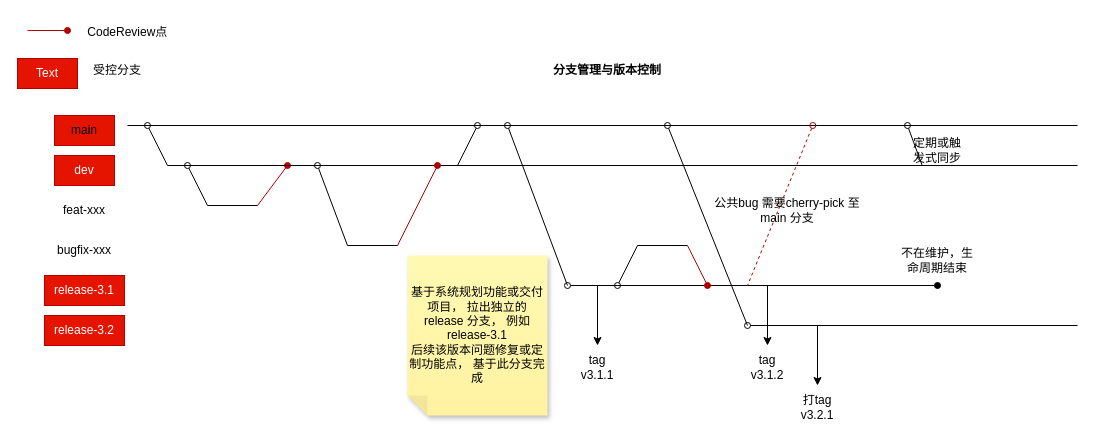
Earlier version of the draw.io diagram 分支管理与版本控制.drawio (kingstone95/diagrams). Source tidied: cells renumbered, new cells numbered last; positions are measured from the earlier drawing's top-left corner, leaving out a move shared by most shapes. Both pictures are drawn from the tidied source at 100%, with x=0, y=0 at pixel (17, 17).
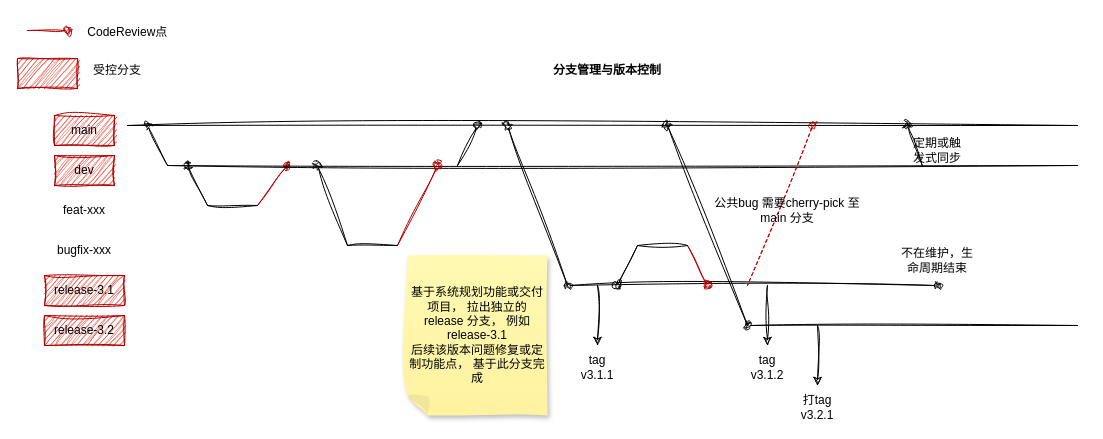
After the change.

Commit message:
更新分支管理与版本控制.drawio

What changed in the source:
```diff
@@
-<mxGraphModel background="#ffffff">
+<mxGraphModel>
@@
-    <mxCell id="2" value="&lt;font color=&quot;#000000&quot;&gt;main&lt;/font&gt;" style="text;strokeColor=#B20000;align=center;fillColor=#e51400;html=1;verticalAlign=middle;whiteSpace=wrap;rounded=0;fontColor=#ffffff;" parent="1" vertex="1">
+    <mxCell id="2" value="&lt;font color=&quot;#000000&quot;&gt;main&lt;/font&gt;" style="text;strokeColor=#B20000;align=center;fillColor=#e51400;html=1;verticalAlign=middle;whiteSpace=wrap;rounded=0;fontColor=#ffffff;sketch=1;curveFitting=1;jiggle=2;" parent="1" vertex="1">
       <mxGeometry x="37" y="98" width="60" height="30" as="geometry" />
     </mxCell>
-    <mxCell id="3" value="dev" style="text;strokeColor=#B20000;align=center;fillColor=#e51400;html=1;verticalAlign=middle;whiteSpace=wrap;rounded=0;fontColor=#ffffff;" parent="1" vertex="1">
+    <mxCell id="3" value="&lt;font color=&quot;#000000&quot;&gt;dev&lt;/font&gt;" style="text;strokeColor=#B20000;align=center;fillColor=#e51400;html=1;verticalAlign=middle;whiteSpace=wrap;rounded=0;fontColor=#ffffff;sketch=1;curveFitting=1;jiggle=2;" parent="1" vertex="1">
       <mxGeometry x="37" y="138" width="60" height="30" as="geometry" />
     </mxCell>
-    <mxCell id="4" value="feat-xxx" style="text;strokeColor=none;align=center;fillColor=none;html=1;verticalAlign=middle;whiteSpace=wrap;rounded=0;" parent="1" vertex="1">
+    <mxCell id="4" value="feat-xxx" style="text;strokeColor=none;align=center;fillColor=none;html=1;verticalAlign=middle;whiteSpace=wrap;rounded=0;sketch=1;curveFitting=1;jiggle=2;" parent="1" vertex="1">
       <mxGeometry x="37" y="178" width="60" height="30" as="geometry" />
     </mxCell>
-    <mxCell id="5" value="bugfix-xxx" style="text;strokeColor=none;align=center;fillColor=none;html=1;verticalAlign=middle;whiteSpace=wrap;rounded=0;" parent="1" vertex="1">
+    <mxCell id="5" value="bugfix-xxx" style="text;strokeColor=none;align=center;fillColor=none;html=1;verticalAlign=middle;whiteSpace=wrap;rounded=0;sketch=1;curveFitting=1;jiggle=2;" parent="1" vertex="1">
       <mxGeometry x="37" y="218" width="60" height="30" as="geometry" />
     </mxCell>
-    <mxCell id="6" value="release-3.1" style="text;strokeColor=#B20000;align=center;fillColor=#e51400;html=1;verticalAlign=middle;whiteSpace=wrap;rounded=0;fontColor=#ffffff;" parent="1" vertex="1">
+    <mxCell id="6" value="&lt;font color=&quot;#000000&quot;&gt;release-3.1&lt;/font&gt;" style="text;strokeColor=#B20000;align=center;fillColor=#e51400;html=1;verticalAlign=middle;whiteSpace=wrap;rounded=0;fontColor=#ffffff;sketch=1;curveFitting=1;jiggle=2;" parent="1" vertex="1">
       <mxGeometry x="27" y="258" width="80" height="30" as="geometry" />
     </mxCell>
-    <mxCell id="7" style="edgeStyle=none;orthogonalLoop=1;jettySize=auto;html=1;rounded=0;endArrow=none;endFill=0;startArrow=oval;startFill=0;" parent="1" edge="1">
+    <mxCell id="7" style="edgeStyle=none;orthogonalLoop=1;jettySize=auto;html=1;rounded=0;endArrow=none;endFill=0;startArrow=oval;startFill=0;sketch=1;curveFitting=1;jiggle=2;" parent="1" edge="1">
       <mxGeometry relative="1" as="geometry">
         <mxPoint x="130" y="108" as="sourcePoint" />
         <mxPoint x="150" y="148" as="targetPoint" />
       </mxGeometry>
     </mxCell>
-    <mxCell id="8" style="edgeStyle=none;orthogonalLoop=1;jettySize=auto;html=1;rounded=0;endArrow=none;endFill=0;startArrow=oval;startFill=1;fillColor=#e51400;strokeColor=#B20000;" parent="1" edge="1">
+    <mxCell id="8" style="edgeStyle=none;orthogonalLoop=1;jettySize=auto;html=1;rounded=0;endArrow=none;endFill=0;startArrow=oval;startFill=1;fillColor=#e51400;strokeColor=#B20000;sketch=1;curveFitting=1;jiggle=2;" parent="1" edge="1">
       <mxGeometry relative="1" as="geometry">
         <mxPoint x="270" y="148" as="sourcePoint" />
         <mxPoint x="240" y="188" as="targetPoint" />
       </mxGeometry>
     </mxCell>
-    <mxCell id="9" style="endArrow=none;html=1;rounded=0;" parent="1" edge="1">
+    <mxCell id="9" style="endArrow=none;html=1;rounded=0;sketch=1;curveFitting=1;jiggle=2;" parent="1" edge="1">
       <mxGeometry relative="1" as="geometry">
         <mxPoint x="110" y="108" as="sourcePoint" />
         <mxPoint x="1060" y="108" as="targetPoint" />
       </mxGeometry>
     </mxCell>
-    <mxCell id="10" style="endArrow=none;html=1;rounded=0;" parent="1" edge="1">
+    <mxCell id="10" style="endArrow=none;html=1;rounded=0;sketch=1;curveFitting=1;jiggle=2;" parent="1" edge="1">
       <mxGeometry relative="1" as="geometry">
         <mxPoint x="150" y="148" as="sourcePoint" />
         <mxPoint x="1060" y="148" as="targetPoint" />
       </mxGeometry>
     </mxCell>
-    <mxCell id="11" style="endArrow=none;html=1;rounded=0;" parent="1" edge="1">
+    <mxCell id="11" style="endArrow=none;html=1;rounded=0;sketch=1;curveFitting=1;jiggle=2;" parent="1" edge="1">
       <mxGeometry relative="1" as="geometry">
         <mxPoint x="190" y="188" as="sourcePoint" />
         <mxPoint x="240" y="188" as="targetPoint" />
       </mxGeometry>
     </mxCell>
-    <mxCell id="12" style="edgeStyle=none;orthogonalLoop=1;jettySize=auto;html=1;rounded=0;endArrow=none;endFill=0;startArrow=oval;startFill=0;exitX=0.021;exitY=0.5;exitDx=0;exitDy=0;exitPerimeter=0;" parent="1" edge="1">
+    <mxCell id="12" style="edgeStyle=none;orthogonalLoop=1;jettySize=auto;html=1;rounded=0;endArrow=none;endFill=0;startArrow=oval;startFill=0;exitX=0.021;exitY=0.5;exitDx=0;exitDy=0;exitPerimeter=0;sketch=1;curveFitting=1;jiggle=2;" parent="1" edge="1">
       <mxGeometry relative="1" as="geometry">
         <mxPoint x="170" y="148" as="sourcePoint" />
         <mxPoint x="190" y="188" as="targetPoint" />
       </mxGeometry>
     </mxCell>
-    <mxCell id="13" style="edgeStyle=none;orthogonalLoop=1;jettySize=auto;html=1;rounded=0;endArrow=none;endFill=0;startArrow=oval;startFill=1;fillColor=#e51400;strokeColor=#B20000;" parent="1" edge="1">
+    <mxCell id="13" style="edgeStyle=none;orthogonalLoop=1;jettySize=auto;html=1;rounded=0;endArrow=none;endFill=0;startArrow=oval;startFill=1;fillColor=#e51400;strokeColor=#B20000;sketch=1;curveFitting=1;jiggle=2;" parent="1" edge="1">
       <mxGeometry relative="1" as="geometry">
         <mxPoint x="420" y="148" as="sourcePoint" />
         <mxPoint x="380" y="228" as="targetPoint" />
       </mxGeometry>
     </mxCell>
-    <mxCell id="14" style="endArrow=none;html=1;rounded=0;" parent="1" edge="1">
+    <mxCell id="14" style="endArrow=none;html=1;rounded=0;sketch=1;curveFitting=1;jiggle=2;" parent="1" edge="1">
       <mxGeometry relative="1" as="geometry">
         <mxPoint x="330" y="228" as="sourcePoint" />
         <mxPoint x="380" y="228" as="targetPoint" />
       </mxGeometry>
     </mxCell>
-    <mxCell id="15" style="edgeStyle=none;orthogonalLoop=1;jettySize=auto;html=1;rounded=0;endArrow=none;endFill=0;startArrow=oval;startFill=0;" parent="1" edge="1">
+    <mxCell id="15" style="edgeStyle=none;orthogonalLoop=1;jettySize=auto;html=1;rounded=0;endArrow=none;endFill=0;startArrow=oval;startFill=0;sketch=1;curveFitting=1;jiggle=2;" parent="1" edge="1">
       <mxGeometry relative="1" as="geometry">
         <mxPoint x="300" y="148" as="sourcePoint" />
         <mxPoint x="330" y="228" as="targetPoint" />
       </mxGeometry>
     </mxCell>
-    <mxCell id="16" value="CodeReview点&amp;nbsp;" style="text;strokeColor=none;align=center;fillColor=none;html=1;verticalAlign=middle;whiteSpace=wrap;rounded=0;strokeWidth=1;" parent="1" vertex="1">
+    <mxCell id="16" value="CodeReview点&amp;nbsp;" style="text;strokeColor=none;align=center;fillColor=none;html=1;verticalAlign=middle;whiteSpace=wrap;rounded=0;strokeWidth=1;sketch=1;curveFitting=1;jiggle=2;" parent="1" vertex="1">
       <mxGeometry x="62" width="100" height="30" as="geometry" />
     </mxCell>
-    <mxCell id="17" style="edgeStyle=none;orthogonalLoop=1;jettySize=auto;html=1;rounded=0;endArrow=none;endFill=0;startArrow=oval;startFill=0;exitX=0.021;exitY=0.5;exitDx=0;exitDy=0;exitPerimeter=0;" parent="1" edge="1">
+    <mxCell id="17" style="edgeStyle=none;orthogonalLoop=1;jettySize=auto;html=1;rounded=0;endArrow=none;endFill=0;startArrow=oval;startFill=0;exitX=0.021;exitY=0.5;exitDx=0;exitDy=0;exitPerimeter=0;sketch=1;curveFitting=1;jiggle=2;" parent="1" edge="1">
       <mxGeometry relative="1" as="geometry">
         <mxPoint x="460" y="108" as="sourcePoint" />
         <mxPoint x="440" y="148" as="targetPoint" />
       </mxGeometry>
     </mxCell>
-    <mxCell id="18" style="edgeStyle=none;orthogonalLoop=1;jettySize=auto;html=1;rounded=0;endArrow=oval;endFill=1;startArrow=oval;startFill=0;fontFamily=Helvetica;fontSize=11;fontColor=default;align=center;strokeColor=default;" parent="1" edge="1">
+    <mxCell id="18" style="edgeStyle=none;orthogonalLoop=1;jettySize=auto;html=1;rounded=0;endArrow=oval;endFill=1;startArrow=oval;startFill=0;fontFamily=Helvetica;fontSize=11;fontColor=default;align=center;strokeColor=default;sketch=1;curveFitting=1;jiggle=2;" parent="1" edge="1">
       <mxGeometry relative="1" as="geometry">
         <mxPoint x="550" y="268" as="sourcePoint" />
         <mxPoint x="920" y="268" as="targetPoint" />
       </mxGeometry>
     </mxCell>
-    <mxCell id="19" style="edgeStyle=none;orthogonalLoop=1;jettySize=auto;html=1;rounded=0;endArrow=none;endFill=0;startArrow=oval;startFill=0;" parent="1" edge="1">
+    <mxCell id="19" style="edgeStyle=none;orthogonalLoop=1;jettySize=auto;html=1;rounded=0;endArrow=none;endFill=0;startArrow=oval;startFill=0;sketch=1;curveFitting=1;jiggle=2;" parent="1" edge="1">
       <mxGeometry relative="1" as="geometry">
         <mxPoint x="490" y="108" as="sourcePoint" />
         <mxPoint x="550" y="268" as="targetPoint" />
       </mxGeometry>
     </mxCell>
-    <mxCell id="20" value="基于系统规划功能或交付项目， 拉出独立的release 分支， 例如release-3.1&lt;br&gt;后续该版本问题修复或定制功能点， 基于此分支完成" style="shape=note;whiteSpace=wrap;html=1;backgroundOutline=1;fontColor=#000000;darkOpacity=0.05;fillColor=#FFF9B2;strokeColor=none;fillStyle=solid;direction=west;gradientDirection=north;gradientColor=#FFF2A1;shadow=1;size=20;strokeWidth=1;" parent="1" vertex="1">
+    <mxCell id="20" value="基于系统规划功能或交付项目， 拉出独立的release 分支， 例如release-3.1&lt;br&gt;后续该版本问题修复或定制功能点， 基于此分支完成" style="shape=note;whiteSpace=wrap;html=1;backgroundOutline=1;fontColor=#000000;darkOpacity=0.05;fillColor=#FFF9B2;strokeColor=none;fillStyle=solid;direction=west;gradientDirection=north;gradientColor=#FFF2A1;shadow=1;size=20;strokeWidth=1;sketch=1;curveFitting=1;jiggle=2;" parent="1" vertex="1">
       <mxGeometry x="390" y="238" width="140" height="160" as="geometry" />
     </mxCell>
-    <mxCell id="21" style="edgeStyle=none;orthogonalLoop=1;jettySize=auto;html=1;rounded=0;endArrow=none;endFill=0;startArrow=oval;startFill=1;fillColor=#e51400;strokeColor=#B20000;" parent="1" edge="1">
+    <mxCell id="21" style="edgeStyle=none;orthogonalLoop=1;jettySize=auto;html=1;rounded=0;endArrow=none;endFill=0;startArrow=oval;startFill=1;fillColor=#e51400;strokeColor=#B20000;sketch=1;curveFitting=1;jiggle=2;" parent="1" edge="1">
       <mxGeometry relative="1" as="geometry">
         <mxPoint x="50" y="13" as="sourcePoint" />
         <mxPoint x="10" y="13" as="targetPoint" />
       </mxGeometry>
     </mxCell>
-    <mxCell id="22" style="edgeStyle=none;orthogonalLoop=1;jettySize=auto;html=1;rounded=0;endArrow=none;endFill=0;startArrow=oval;startFill=0;entryX=0;entryY=0.5;entryDx=0;entryDy=0;entryPerimeter=0;dashed=1;fillColor=#e51400;strokeColor=#B20000;" parent="1" edge="1">
+    <mxCell id="22" style="edgeStyle=none;orthogonalLoop=1;jettySize=auto;html=1;rounded=0;endArrow=none;endFill=0;startArrow=oval;startFill=0;entryX=0;entryY=0.5;entryDx=0;entryDy=0;entryPerimeter=0;dashed=1;fillColor=#e51400;strokeColor=#B20000;sketch=1;curveFitting=1;jiggle=2;" parent="1" edge="1">
       <mxGeometry relative="1" as="geometry">
         <mxPoint x="795.3" y="108" as="sourcePoint" />
         <mxPoint x="730" y="268" as="targetPoint" />
       </mxGeometry>
     </mxCell>
-    <mxCell id="23" value="公共bug 需要cherry-pick 至main 分支" style="text;strokeColor=none;align=center;fillColor=none;html=1;verticalAlign=middle;whiteSpace=wrap;rounded=0;strokeWidth=1;" parent="1" vertex="1">
+    <mxCell id="23" value="公共bug 需要cherry-pick 至main 分支" style="text;strokeColor=none;align=center;fillColor=none;html=1;verticalAlign=middle;whiteSpace=wrap;rounded=0;strokeWidth=1;sketch=1;curveFitting=1;jiggle=2;" parent="1" vertex="1">
       <mxGeometry x="690" y="178" width="160" height="30" as="geometry" />
     </mxCell>
-    <mxCell id="24" style="endArrow=classic;html=1;rounded=0;" parent="1" edge="1">
+    <mxCell id="24" style="endArrow=classic;html=1;rounded=0;sketch=1;curveFitting=1;jiggle=2;" parent="1" edge="1">
       <mxGeometry relative="1" as="geometry">
         <mxPoint x="580" y="268" as="sourcePoint" />
         <mxPoint x="580" y="328" as="targetPoint" />
       </mxGeometry>
     </mxCell>
-    <mxCell id="25" value="&lt;br&gt;tag&lt;br&gt;v3.1.1" style="text;strokeColor=none;align=center;fillColor=none;html=1;verticalAlign=middle;whiteSpace=wrap;rounded=0;strokeWidth=1;" parent="1" vertex="1">
+    <mxCell id="25" value="&lt;br&gt;tag&lt;br&gt;v3.1.1" style="text;strokeColor=none;align=center;fillColor=none;html=1;verticalAlign=middle;whiteSpace=wrap;rounded=0;strokeWidth=1;sketch=1;curveFitting=1;jiggle=2;" parent="1" vertex="1">
       <mxGeometry x="550" y="328" width="60" height="30" as="geometry" />
     </mxCell>
-    <mxCell id="26" style="edgeStyle=none;orthogonalLoop=1;jettySize=auto;html=1;rounded=0;endArrow=none;endFill=0;startArrow=oval;startFill=1;fillColor=#e51400;strokeColor=#B20000;" parent="1" edge="1">
+    <mxCell id="26" style="edgeStyle=none;orthogonalLoop=1;jettySize=auto;html=1;rounded=0;endArrow=none;endFill=0;startArrow=oval;startFill=1;fillColor=#e51400;strokeColor=#B20000;sketch=1;curveFitting=1;jiggle=2;" parent="1" edge="1">
       <mxGeometry relative="1" as="geometry">
         <mxPoint x="690" y="268" as="sourcePoint" />
         <mxPoint x="670" y="228" as="targetPoint" />
       </mxGeometry>
     </mxCell>
-    <mxCell id="27" style="endArrow=none;html=1;rounded=0;" parent="1" edge="1">
+    <mxCell id="27" style="endArrow=none;html=1;rounded=0;sketch=1;curveFitting=1;jiggle=2;" parent="1" edge="1">
       <mxGeometry relative="1" as="geometry">
         <mxPoint x="670" y="228" as="sourcePoint" />
         <mxPoint x="620" y="228" as="targetPoint" />
       </mxGeometry>
     </mxCell>
-    <mxCell id="28" style="edgeStyle=none;orthogonalLoop=1;jettySize=auto;html=1;rounded=0;endArrow=none;endFill=0;startArrow=oval;startFill=0;" parent="1" edge="1">
+    <mxCell id="28" style="edgeStyle=none;orthogonalLoop=1;jettySize=auto;html=1;rounded=0;endArrow=none;endFill=0;startArrow=oval;startFill=0;sketch=1;curveFitting=1;jiggle=2;" parent="1" edge="1">
       <mxGeometry relative="1" as="geometry">
         <mxPoint x="600" y="268" as="sourcePoint" />
         <mxPoint x="620" y="228" as="targetPoint" />
       </mxGeometry>
     </mxCell>
-    <mxCell id="29" style="edgeStyle=none;orthogonalLoop=1;jettySize=auto;html=1;rounded=0;endArrow=none;endFill=0;startArrow=oval;startFill=0;exitX=0.021;exitY=0.5;exitDx=0;exitDy=0;exitPerimeter=0;entryX=0;entryY=0.5;entryDx=0;entryDy=0;entryPerimeter=0;" parent="1" edge="1">
+    <mxCell id="29" style="edgeStyle=none;orthogonalLoop=1;jettySize=auto;html=1;rounded=0;endArrow=none;endFill=0;startArrow=oval;startFill=0;exitX=0.021;exitY=0.5;exitDx=0;exitDy=0;exitPerimeter=0;entryX=0;entryY=0.5;entryDx=0;entryDy=0;entryPerimeter=0;sketch=1;curveFitting=1;jiggle=2;" parent="1" edge="1">
       <mxGeometry relative="1" as="geometry">
         <mxPoint x="890" y="108" as="sourcePoint" />
         <mxPoint x="904.7" y="148" as="targetPoint" />
       </mxGeometry>
     </mxCell>
-    <mxCell id="30" value="定期或触发式同步" style="text;strokeColor=none;align=center;fillColor=none;html=1;verticalAlign=middle;whiteSpace=wrap;rounded=0;strokeWidth=1;" parent="1" vertex="1">
+    <mxCell id="30" value="定期或触发式同步" style="text;strokeColor=none;align=center;fillColor=none;html=1;verticalAlign=middle;whiteSpace=wrap;rounded=0;strokeWidth=1;sketch=1;curveFitting=1;jiggle=2;" parent="1" vertex="1">
       <mxGeometry x="890" y="118" width="60" height="30" as="geometry" />
     </mxCell>
-    <mxCell id="31" value="release-3.2" style="text;strokeColor=#B20000;align=center;fillColor=#e51400;html=1;verticalAlign=middle;whiteSpace=wrap;rounded=0;fontColor=#ffffff;" parent="1" vertex="1">
+    <mxCell id="31" value="&lt;font color=&quot;#000000&quot;&gt;release-3.2&lt;/font&gt;" style="text;strokeColor=#B20000;align=center;fillColor=#e51400;html=1;verticalAlign=middle;whiteSpace=wrap;rounded=0;fontColor=#ffffff;sketch=1;curveFitting=1;jiggle=2;" parent="1" vertex="1">
       <mxGeometry x="27" y="298" width="80" height="30" as="geometry" />
     </mxCell>
-    <mxCell id="32" style="edgeStyle=none;orthogonalLoop=1;jettySize=auto;html=1;rounded=0;endArrow=none;endFill=0;startArrow=oval;startFill=0;fontFamily=Helvetica;fontSize=11;fontColor=default;align=center;strokeColor=default;" parent="1" edge="1">
+    <mxCell id="32" style="edgeStyle=none;orthogonalLoop=1;jettySize=auto;html=1;rounded=0;endArrow=none;endFill=0;startArrow=oval;startFill=0;fontFamily=Helvetica;fontSize=11;fontColor=default;align=center;strokeColor=default;sketch=1;curveFitting=1;jiggle=2;" parent="1" edge="1">
       <mxGeometry relative="1" as="geometry">
         <mxPoint x="730" y="308" as="sourcePoint" />
         <mxPoint x="1060" y="308" as="targetPoint" />
       </mxGeometry>
     </mxCell>
-    <mxCell id="33" style="edgeStyle=none;orthogonalLoop=1;jettySize=auto;html=1;rounded=0;endArrow=none;endFill=0;startArrow=oval;startFill=0;" parent="1" edge="1">
+    <mxCell id="33" style="edgeStyle=none;orthogonalLoop=1;jettySize=auto;html=1;rounded=0;endArrow=none;endFill=0;startArrow=oval;startFill=0;sketch=1;curveFitting=1;jiggle=2;" parent="1" edge="1">
       <mxGeometry relative="1" as="geometry">
         <mxPoint x="650" y="108" as="sourcePoint" />
         <mxPoint x="730" y="308" as="targetPoint" />
       </mxGeometry>
     </mxCell>
-    <mxCell id="34" style="endArrow=classic;html=1;rounded=0;" parent="1" edge="1">
+    <mxCell id="34" style="endArrow=classic;html=1;rounded=0;sketch=1;curveFitting=1;jiggle=2;" parent="1" edge="1">
       <mxGeometry relative="1" as="geometry">
         <mxPoint x="800" y="308" as="sourcePoint" />
         <mxPoint x="800" y="368" as="targetPoint" />
       </mxGeometry>
     </mxCell>
-    <mxCell id="35" value="&lt;br&gt;打tag&lt;br&gt;v3.2.1" style="text;strokeColor=none;align=center;fillColor=none;html=1;verticalAlign=middle;whiteSpace=wrap;rounded=0;strokeWidth=1;" parent="1" vertex="1">
+    <mxCell id="35" value="&lt;br&gt;打tag&lt;br&gt;v3.2.1" style="text;strokeColor=none;align=center;fillColor=none;html=1;verticalAlign=middle;whiteSpace=wrap;rounded=0;strokeWidth=1;sketch=1;curveFitting=1;jiggle=2;" parent="1" vertex="1">
       <mxGeometry x="770" y="368" width="60" height="30" as="geometry" />
     </mxCell>
-    <mxCell id="36" value="不在维护，生命周期结束" style="text;strokeColor=none;align=center;fillColor=none;html=1;verticalAlign=middle;whiteSpace=wrap;rounded=0;strokeWidth=1;" parent="1" vertex="1">
+    <mxCell id="36" value="不在维护，生命周期结束" style="text;strokeColor=none;align=center;fillColor=none;html=1;verticalAlign=middle;whiteSpace=wrap;rounded=0;strokeWidth=1;sketch=1;curveFitting=1;jiggle=2;" parent="1" vertex="1">
       <mxGeometry x="880" y="228" width="80" height="30" as="geometry" />
     </mxCell>
-    <mxCell id="37" style="endArrow=classic;html=1;rounded=0;" parent="1" edge="1">
+    <mxCell id="37" style="endArrow=classic;html=1;rounded=0;sketch=1;curveFitting=1;jiggle=2;" parent="1" edge="1">
       <mxGeometry relative="1" as="geometry">
         <mxPoint x="750" y="268" as="sourcePoint" />
         <mxPoint x="750" y="328" as="targetPoint" />
       </mxGeometry>
     </mxCell>
-    <mxCell id="38" value="&lt;br&gt;tag&lt;br&gt;v3.1.2" style="text;strokeColor=none;align=center;fillColor=none;html=1;verticalAlign=middle;whiteSpace=wrap;rounded=0;strokeWidth=1;" parent="1" vertex="1">
+    <mxCell id="38" value="&lt;br&gt;tag&lt;br&gt;v3.1.2" style="text;strokeColor=none;align=center;fillColor=none;html=1;verticalAlign=middle;whiteSpace=wrap;rounded=0;strokeWidth=1;sketch=1;curveFitting=1;jiggle=2;" parent="1" vertex="1">
       <mxGeometry x="720" y="328" width="60" height="30" as="geometry" />
     </mxCell>
-    <mxCell id="39" value="&lt;font color=&quot;#000000&quot;&gt;&lt;b&gt;分支管理与版本控制&lt;/b&gt;&lt;/font&gt;" style="text;strokeColor=none;align=center;fillColor=none;html=1;verticalAlign=middle;whiteSpace=wrap;rounded=0;strokeWidth=1;fontColor=#FF3333;" parent="1" vertex="1">
+    <mxCell id="39" value="&lt;font color=&quot;#000000&quot;&gt;&lt;b&gt;分支管理与版本控制&lt;/b&gt;&lt;/font&gt;" style="text;strokeColor=none;align=center;fillColor=none;html=1;verticalAlign=middle;whiteSpace=wrap;rounded=0;strokeWidth=1;fontColor=#FF3333;sketch=1;curveFitting=1;jiggle=2;" parent="1" vertex="1">
       <mxGeometry x="520" y="38" width="140" height="30" as="geometry" />
     </mxCell>
-    <mxCell id="40" value="Text" style="text;strokeColor=#B20000;align=center;fillColor=#e51400;html=1;verticalAlign=middle;whiteSpace=wrap;rounded=0;strokeWidth=1;fontColor=#ffffff;" parent="1" vertex="1">
+    <mxCell id="40" style="text;strokeColor=#B20000;align=center;fillColor=#e51400;html=1;verticalAlign=middle;whiteSpace=wrap;rounded=0;strokeWidth=1;fontColor=#ffffff;sketch=1;curveFitting=1;jiggle=2;" parent="1" vertex="1">
       <mxGeometry y="41" width="60" height="30" as="geometry" />
     </mxCell>
-    <mxCell id="41" value="受控分支" style="text;strokeColor=none;align=center;fillColor=none;html=1;verticalAlign=middle;whiteSpace=wrap;rounded=0;strokeWidth=1;fontColor=#000000;" parent="1" vertex="1">
+    <mxCell id="41" value="受控分支" style="text;strokeColor=none;align=center;fillColor=none;html=1;verticalAlign=middle;whiteSpace=wrap;rounded=0;strokeWidth=1;fontColor=#000000;sketch=1;curveFitting=1;jiggle=2;" parent="1" vertex="1">
       <mxGeometry x="70" y="38" width="60" height="30" as="geometry" />
     </mxCell>
```
